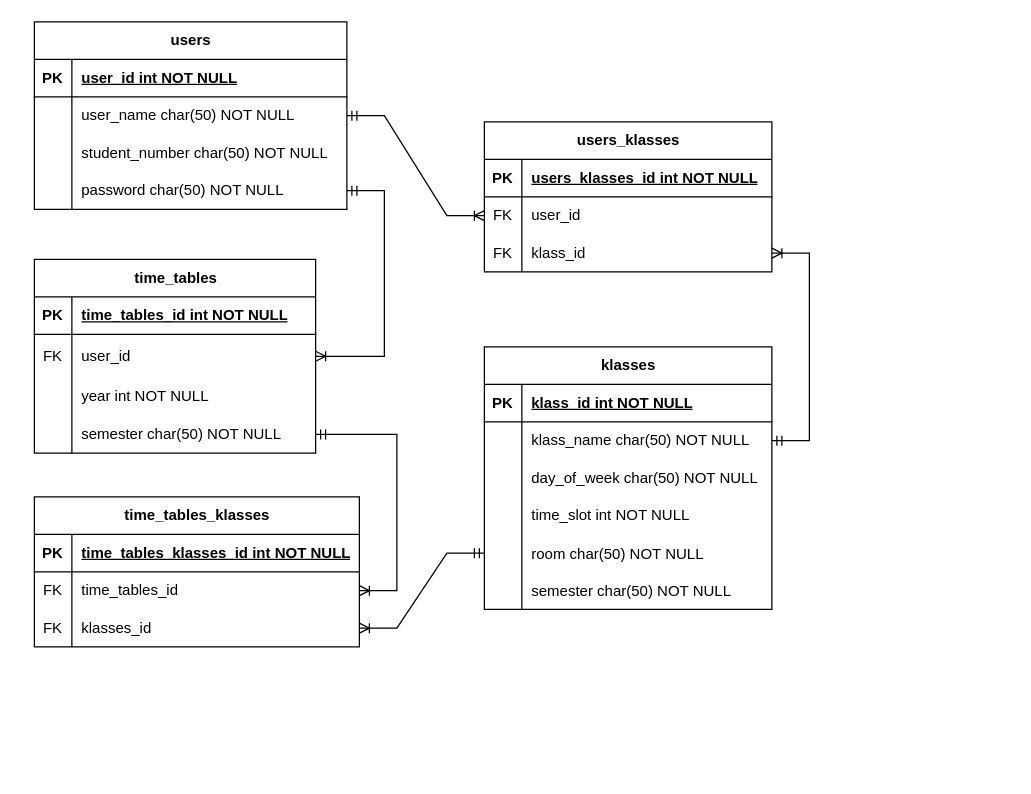
Earlier version of the draw.io diagram database.drawio (tori-ebi-tempura/lab-calendar). Source tidied: cells renumbered, new cells numbered last; positions are measured from the earlier drawing's top-left corner, leaving out a move shared by most shapes. Both pictures are drawn from the tidied source at 125%, with x=0, y=0 at pixel (34, 21).
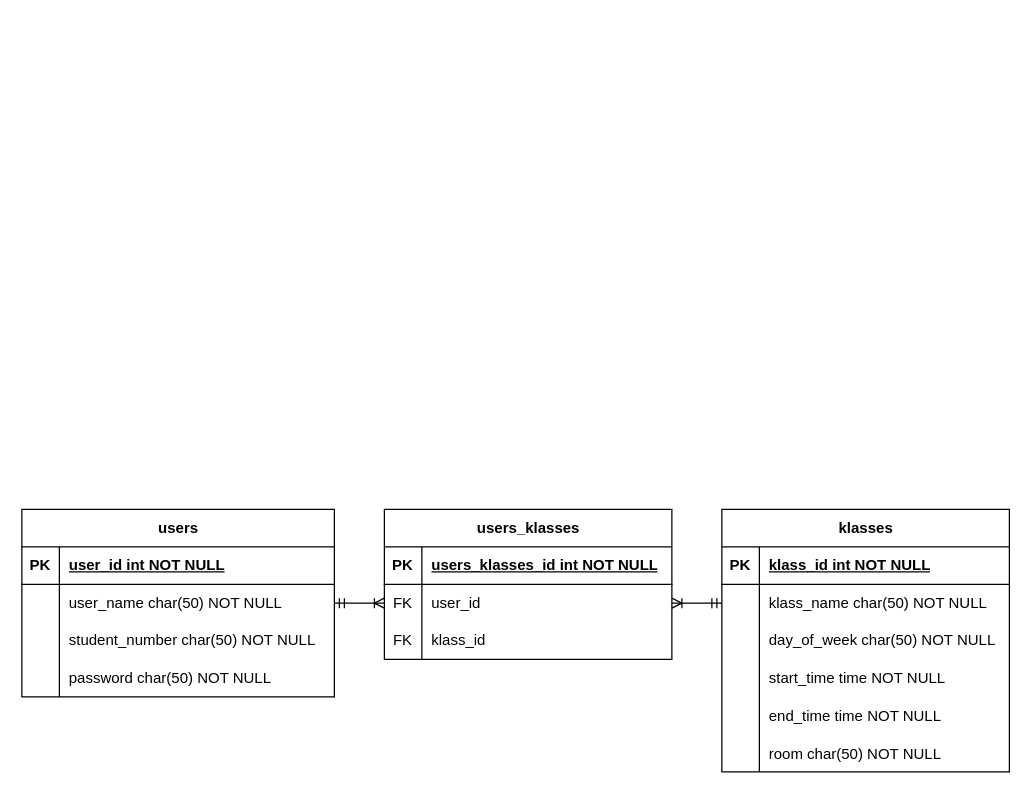
The same diagram, later.

Commit message:
update: 不要なテーブルをER図から削除

Unchanged cells that the change refers to:
```xml
<mxCell id="12" style="shape=tableRow;horizontal=0;startSize=0;swimlaneHead=0;swimlaneBody=0;fillColor=none;points=[[0,0.5],[1,0.5]];portConstraint=eastwest;top=0;left=0;right=0;bottom=0;" parent="2" vertex="1">
  <mxGeometry y="120" width="250" height="30" as="geometry" />
</mxCell>
<mxCell id="20" style="shape=tableRow;horizontal=0;startSize=0;swimlaneHead=0;swimlaneBody=0;fillColor=none;points=[[0,0.5],[1,0.5]];portConstraint=eastwest;top=0;left=0;right=0;bottom=0;" parent="16" vertex="1">
  <mxGeometry y="60" width="230" height="30" as="geometry" />
</mxCell>
<mxCell id="26" style="shape=tableRow;horizontal=0;startSize=0;swimlaneHead=0;swimlaneBody=0;fillColor=none;top=0;left=0;right=0;bottom=0;" parent="16" vertex="1">
  <mxGeometry y="120" width="230" height="30" as="geometry" />
</mxCell>
<mxCell id="52" style="shape=tableRow;horizontal=0;startSize=0;swimlaneHead=0;swimlaneBody=0;fillColor=none;points=[[0,0.5],[1,0.5]];portConstraint=eastwest;top=0;left=0;right=0;bottom=0;" parent="48" vertex="1">
  <mxGeometry y="60" width="230" height="30" as="geometry" />
</mxCell>
<mxCell id="55" style="shape=tableRow;horizontal=0;startSize=0;swimlaneHead=0;swimlaneBody=0;fillColor=none;points=[[0,0.5],[1,0.5]];portConstraint=eastwest;top=0;left=0;right=0;bottom=0;" parent="48" vertex="1">
  <mxGeometry y="90" width="230" height="30" as="geometry" />
</mxCell>
```

Change to the diagram source:
```diff
@@
     <mxCell id="2" value="users" style="shape=table;startSize=30;childLayout=tableLayout;rowLines=0;fontStyle=1;align=center;html=1;" parent="1" vertex="1">
-      <mxGeometry width="250" height="150" as="geometry" />
+      <mxGeometry x="-10" y="390" width="250" height="150" as="geometry" />
     </mxCell>
@@
     <mxCell id="16" value="klasses" style="shape=table;startSize=30;childLayout=tableLayout;rowLines=0;fontStyle=1;align=center;html=1;" parent="1" vertex="1">
-      <mxGeometry x="360" y="260" width="230" height="210" as="geometry" />
+      <mxGeometry x="550" y="390" width="230" height="210" as="geometry" />
     </mxCell>
@@
-    <mxCell id="28" value="time_slot int NOT NULL" style="shape=partialRectangle;fillColor=none;top=0;left=0;bottom=0;right=0;align=left;spacingLeft=6;overflow=hidden;whiteSpace=wrap;html=1;" parent="26" vertex="1">
+    <mxCell id="28" value="start_time time NOT NULL" style="shape=partialRectangle;fillColor=none;top=0;left=0;bottom=0;right=0;align=left;spacingLeft=6;overflow=hidden;whiteSpace=wrap;html=1;" parent="26" vertex="1">
       <mxGeometry x="30" width="200" height="30" as="geometry" />
     </mxCell>
+    <mxCell id="73" style="shape=tableRow;horizontal=0;startSize=0;swimlaneHead=0;swimlaneBody=0;fillColor=none;top=0;left=0;right=0;bottom=0;" parent="16" vertex="1">
+      <mxGeometry y="150" width="230" height="30" as="geometry" />
+    </mxCell>
+    <mxCell id="33" style="shape=partialRectangle;fillColor=none;top=0;left=0;bottom=0;right=0;overflow=hidden;" parent="73" vertex="1">
+      <mxGeometry width="30" height="30" as="geometry" />
+    </mxCell>
+    <mxCell id="74" value="end_time time NOT NULL" style="shape=partialRectangle;fillColor=none;top=0;left=0;bottom=0;right=0;align=left;spacingLeft=6;overflow=hidden;" parent="73" vertex="1">
+      <mxGeometry x="30" width="200" height="30" as="geometry" />
+    </mxCell>
     <mxCell id="29" style="shape=tableRow;horizontal=0;startSize=0;swimlaneHead=0;swimlaneBody=0;fillColor=none;points=[[0,0.5],[1,0.5]];portConstraint=eastwest;top=0;left=0;right=0;bottom=0;" parent="16" vertex="1">
-      <mxGeometry y="150" width="230" height="30" as="geometry" />
+      <mxGeometry y="180" width="230" height="30" as="geometry" />
     </mxCell>
@@
-    <mxCell id="32" style="shape=tableRow;horizontal=0;startSize=0;swimlaneHead=0;swimlaneBody=0;fillColor=none;top=0;left=0;right=0;bottom=0;" parent="16" vertex="1">
-      <mxGeometry y="180" width="230" height="30" as="geometry" />
-    </mxCell>
-    <mxCell id="33" style="shape=partialRectangle;fillColor=none;top=0;left=0;bottom=0;right=0;overflow=hidden;" parent="32" vertex="1">
-      <mxGeometry width="30" height="30" as="geometry" />
-    </mxCell>
-    <mxCell id="34" value="semester char(50) NOT NULL" style="shape=partialRectangle;fillColor=none;top=0;left=0;bottom=0;right=0;align=left;spacingLeft=6;overflow=hidden;" parent="32" vertex="1">
-      <mxGeometry x="30" width="200" height="30" as="geometry" />
-    </mxCell>
-    <mxCell id="35" value="time_tables" style="shape=table;startSize=30;childLayout=tableLayout;rowLines=0;fontStyle=1;align=center;html=1;rounded=0;" parent="1" vertex="1">
-      <mxGeometry y="190" width="225" height="155" as="geometry" />
-    </mxCell>
-    <mxCell id="36" style="shape=tableRow;horizontal=0;startSize=0;swimlaneHead=0;swimlaneBody=0;fillColor=none;top=0;left=0;right=0;bottom=1;" parent="35" vertex="1">
-      <mxGeometry y="30" width="225" height="30" as="geometry" />
-    </mxCell>
-    <mxCell id="37" value="PK" style="shape=partialRectangle;fillColor=none;top=0;left=0;bottom=0;right=0;fontStyle=1;overflow=hidden;whiteSpace=wrap;html=1;" parent="36" vertex="1">
-      <mxGeometry width="30" height="30" as="geometry" />
-    </mxCell>
-    <mxCell id="38" value="time_tables_id int NOT NULL" style="shape=partialRectangle;fillColor=none;top=0;left=0;bottom=0;right=0;align=left;spacingLeft=6;fontStyle=5;overflow=hidden;whiteSpace=wrap;html=1;" parent="36" vertex="1">
-      <mxGeometry x="30" width="195" height="30" as="geometry" />
-    </mxCell>
-    <mxCell id="39" style="shape=tableRow;horizontal=0;startSize=0;swimlaneHead=0;swimlaneBody=0;fillColor=none;points=[[0,0.5],[1,0.5]];portConstraint=eastwest;top=0;left=0;right=0;bottom=0;" parent="35" vertex="1">
-      <mxGeometry y="60" width="225" height="35" as="geometry" />
-    </mxCell>
-    <mxCell id="40" value="FK" style="shape=partialRectangle;fillColor=none;top=0;left=0;bottom=0;right=0;fontStyle=0;overflow=hidden;whiteSpace=wrap;html=1;" parent="39" vertex="1">
-      <mxGeometry width="30" height="35" as="geometry" />
-    </mxCell>
-    <mxCell id="41" value="user_id" style="shape=partialRectangle;fillColor=none;top=0;left=0;bottom=0;right=0;align=left;spacingLeft=6;fontStyle=0;overflow=hidden;whiteSpace=wrap;html=1;" parent="39" vertex="1">
-      <mxGeometry x="30" width="195" height="35" as="geometry" />
-    </mxCell>
-    <mxCell id="42" style="shape=tableRow;horizontal=0;startSize=0;swimlaneHead=0;swimlaneBody=0;fillColor=none;top=0;left=0;right=0;bottom=0;" parent="35" vertex="1">
-      <mxGeometry y="95" width="225" height="30" as="geometry" />
-    </mxCell>
-    <mxCell id="43" style="shape=partialRectangle;fillColor=none;top=0;left=0;bottom=0;right=0;overflow=hidden;whiteSpace=wrap;html=1;" parent="42" vertex="1">
-      <mxGeometry width="30" height="30" as="geometry" />
-    </mxCell>
-    <mxCell id="44" value="year int NOT NULL" style="shape=partialRectangle;fillColor=none;top=0;left=0;bottom=0;right=0;align=left;spacingLeft=6;overflow=hidden;whiteSpace=wrap;html=1;" parent="42" vertex="1">
-      <mxGeometry x="30" width="195" height="30" as="geometry" />
-    </mxCell>
-    <mxCell id="45" style="shape=tableRow;horizontal=0;startSize=0;swimlaneHead=0;swimlaneBody=0;fillColor=none;points=[[0,0.5],[1,0.5]];portConstraint=eastwest;top=0;left=0;right=0;bottom=0;" parent="35" vertex="1">
-      <mxGeometry y="125" width="225" height="30" as="geometry" />
-    </mxCell>
-    <mxCell id="46" style="shape=partialRectangle;fillColor=none;top=0;left=0;bottom=0;right=0;overflow=hidden;whiteSpace=wrap;html=1;" parent="45" vertex="1">
-      <mxGeometry width="30" height="30" as="geometry" />
-    </mxCell>
-    <mxCell id="47" value="semester char(50) NOT NULL" style="shape=partialRectangle;fillColor=none;top=0;left=0;bottom=0;right=0;align=left;spacingLeft=6;overflow=hidden;whiteSpace=wrap;html=1;" parent="45" vertex="1">
-      <mxGeometry x="30" width="195" height="30" as="geometry" />
-    </mxCell>
     <mxCell id="48" value="users_klasses" style="shape=table;startSize=30;childLayout=tableLayout;rowLines=0;fontStyle=1;align=center;html=1;" parent="1" vertex="1">
-      <mxGeometry x="360" y="80" width="230" height="120" as="geometry" />
+      <mxGeometry x="280" y="390" width="230" height="120" as="geometry" />
     </mxCell>
@@
-    <mxCell id="58" style="edgeStyle=entityRelationEdgeStyle;fontSize=12;html=1;endArrow=ERoneToMany;startArrow=ERmandOne;rounded=0;" parent="1" edge="1" source="20" target="55">
+    <mxCell id="58" style="edgeStyle=entityRelationEdgeStyle;fontSize=12;html=1;endArrow=ERoneToMany;startArrow=ERmandOne;rounded=0;" parent="1" edge="1" source="20" target="52">
       <mxGeometry relative="1" as="geometry" />
     </mxCell>
@@
-    <mxCell id="60" value="time_tables_klasses" style="shape=table;startSize=30;childLayout=tableLayout;rowLines=0;fontStyle=1;align=center;html=1;" parent="1" vertex="1">
-      <mxGeometry y="380" width="260" height="120" as="geometry" />
-    </mxCell>
-    <mxCell id="61" style="shape=tableRow;horizontal=0;startSize=0;swimlaneHead=0;swimlaneBody=0;fillColor=none;top=0;left=0;right=0;bottom=1;" parent="60" vertex="1">
-      <mxGeometry y="30" width="260" height="30" as="geometry" />
-    </mxCell>
-    <mxCell id="62" value="PK" style="shape=partialRectangle;fillColor=none;top=0;left=0;bottom=0;right=0;fontStyle=1;overflow=hidden;whiteSpace=wrap;html=1;" parent="61" vertex="1">
-      <mxGeometry width="30" height="30" as="geometry" />
-    </mxCell>
-    <mxCell id="63" value="time_tables_klasses_id int NOT NULL" style="shape=partialRectangle;fillColor=none;top=0;left=0;bottom=0;right=0;align=left;spacingLeft=6;fontStyle=5;overflow=hidden;whiteSpace=wrap;html=1;" parent="61" vertex="1">
-      <mxGeometry x="30" width="230" height="30" as="geometry" />
-    </mxCell>
-    <mxCell id="64" style="shape=tableRow;horizontal=0;startSize=0;swimlaneHead=0;swimlaneBody=0;fillColor=none;points=[[0,0.5],[1,0.5]];portConstraint=eastwest;top=0;left=0;right=0;bottom=0;" parent="60" vertex="1">
-      <mxGeometry y="60" width="260" height="30" as="geometry" />
-    </mxCell>
-    <mxCell id="65" value="FK" style="shape=partialRectangle;fillColor=none;top=0;left=0;bottom=0;right=0;fontStyle=0;overflow=hidden;whiteSpace=wrap;html=1;" parent="64" vertex="1">
-      <mxGeometry width="30" height="30" as="geometry" />
-    </mxCell>
-    <mxCell id="66" value="time_tables_id" style="shape=partialRectangle;fillColor=none;top=0;left=0;bottom=0;right=0;align=left;spacingLeft=6;fontStyle=0;overflow=hidden;whiteSpace=wrap;html=1;" parent="64" vertex="1">
-      <mxGeometry x="30" width="230" height="30" as="geometry" />
-    </mxCell>
-    <mxCell id="67" style="shape=tableRow;horizontal=0;startSize=0;swimlaneHead=0;swimlaneBody=0;fillColor=none;points=[[0,0.5],[1,0.5]];portConstraint=eastwest;top=0;left=0;right=0;bottom=0;" parent="60" vertex="1">
-      <mxGeometry y="90" width="260" height="30" as="geometry" />
-    </mxCell>
-    <mxCell id="68" value="FK" style="shape=partialRectangle;fillColor=none;top=0;left=0;bottom=0;right=0;fontStyle=0;overflow=hidden;whiteSpace=wrap;html=1;" parent="67" vertex="1">
-      <mxGeometry width="30" height="30" as="geometry" />
-    </mxCell>
-    <mxCell id="69" value="klasses_id" style="shape=partialRectangle;fillColor=none;top=0;left=0;bottom=0;right=0;align=left;spacingLeft=6;fontStyle=0;overflow=hidden;whiteSpace=wrap;html=1;" parent="67" vertex="1">
-      <mxGeometry x="30" width="230" height="30" as="geometry" />
-    </mxCell>
-    <mxCell id="70" style="edgeStyle=entityRelationEdgeStyle;fontSize=12;html=1;endArrow=ERoneToMany;startArrow=ERmandOne;rounded=0;" parent="1" edge="1" source="45" target="64">
-      <mxGeometry relative="1" as="geometry" />
-    </mxCell>
-    <mxCell id="71" style="edgeStyle=entityRelationEdgeStyle;fontSize=12;html=1;endArrow=ERoneToMany;startArrow=ERmandOne;rounded=0;" parent="1" edge="1" source="29" target="67">
-      <mxGeometry relative="1" as="geometry" />
-    </mxCell>
-    <mxCell id="72" style="edgeStyle=entityRelationEdgeStyle;fontSize=12;html=1;endArrow=ERoneToMany;startArrow=ERmandOne;rounded=0;" parent="1" edge="1" source="12" target="39">
-      <mxGeometry relative="1" as="geometry" />
-    </mxCell>
```
